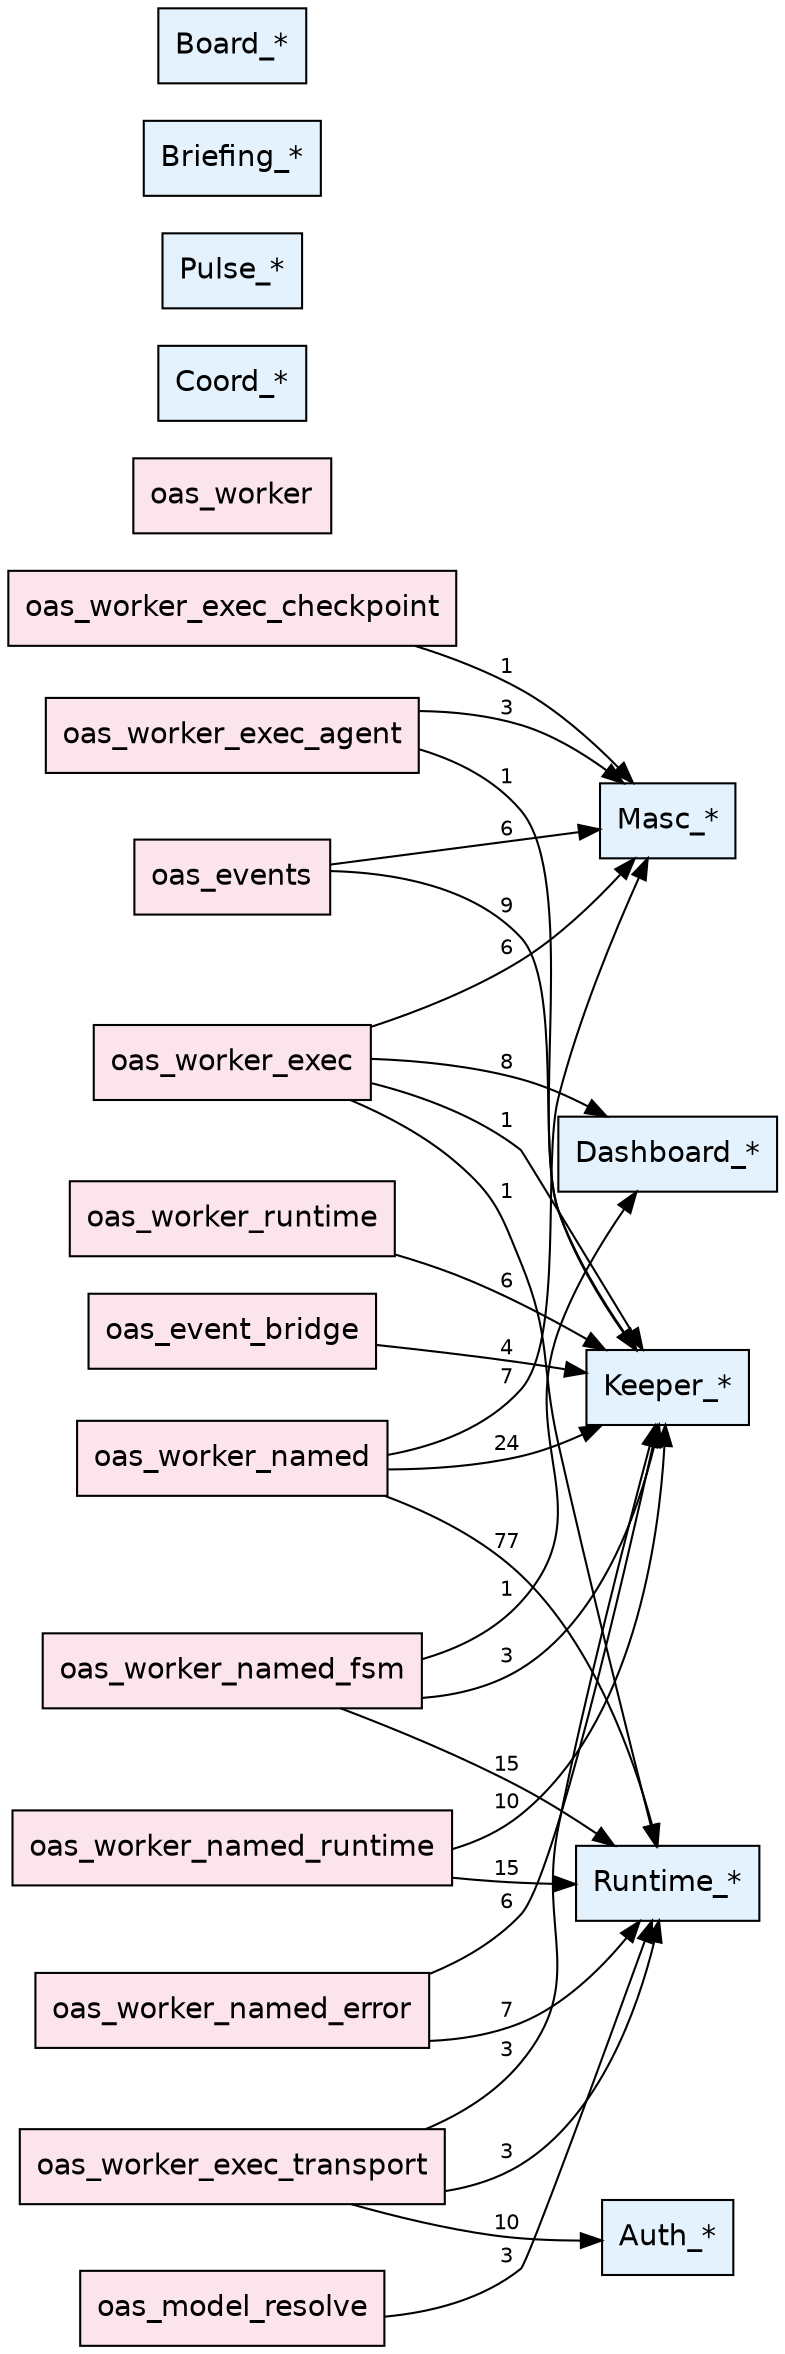
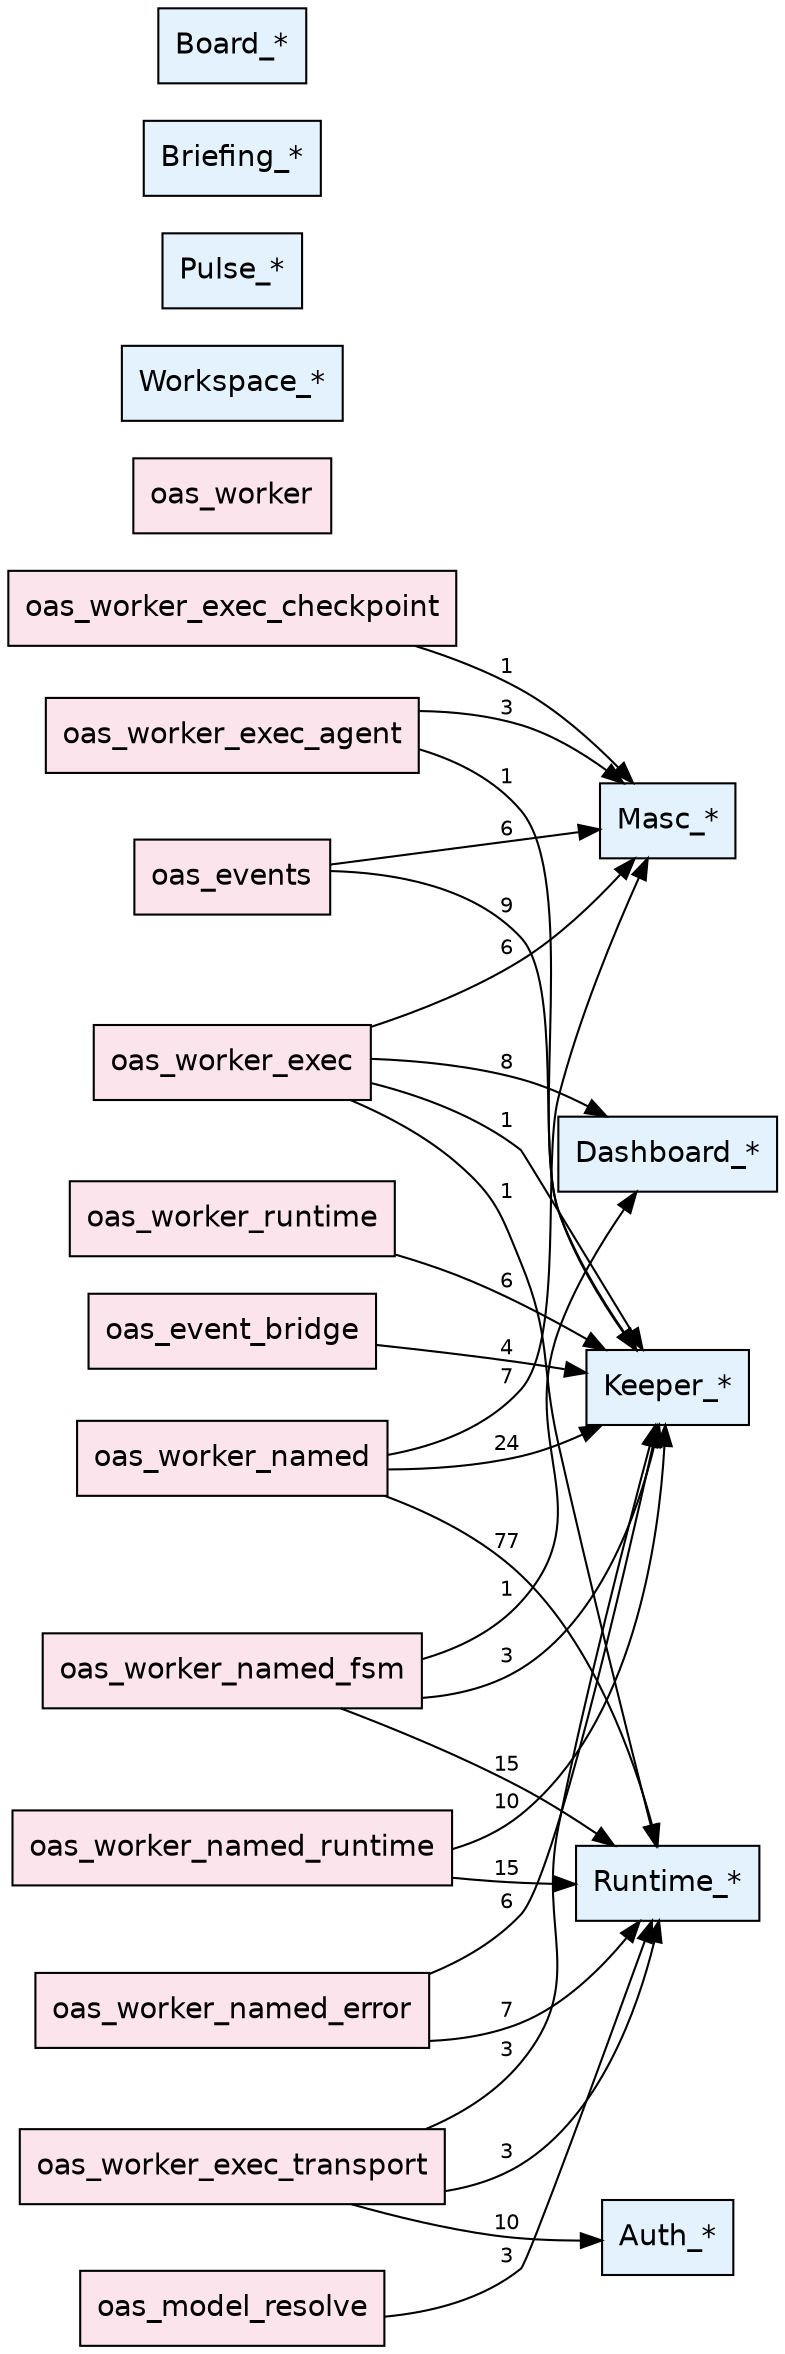
// RFC-0047 module graph (frozen at Phase 1)
// Edges: oas_*.ml → external domain category, label = ref count.
digraph rfc_0047 {
  rankdir=LR;
  node [shape=box, fontname="Helvetica"];
  edge [fontname="Helvetica", fontsize=10];

  // OAS adapter family
  "oas_event_bridge" [style=filled, fillcolor="#fce4ec"];
  "oas_events" [style=filled, fillcolor="#fce4ec"];
  "oas_model_resolve" [style=filled, fillcolor="#fce4ec"];
  "oas_worker_runtime" [style=filled, fillcolor="#fce4ec"];
  "oas_worker_exec_agent" [style=filled, fillcolor="#fce4ec"];
  "oas_worker_exec_checkpoint" [style=filled, fillcolor="#fce4ec"];
  "oas_worker_exec_transport" [style=filled, fillcolor="#fce4ec"];
  "oas_worker_exec" [style=filled, fillcolor="#fce4ec"];
  "oas_worker_named_runtime" [style=filled, fillcolor="#fce4ec"];
  "oas_worker_named_error" [style=filled, fillcolor="#fce4ec"];
  "oas_worker_named_fsm" [style=filled, fillcolor="#fce4ec"];
  "oas_worker_named" [style=filled, fillcolor="#fce4ec"];
  "oas_worker" [style=filled, fillcolor="#fce4ec"];

  // Target domain categories
  "Runtime_*" [style=filled, fillcolor="#e3f2fd"];
  "Keeper_*" [style=filled, fillcolor="#e3f2fd"];
  "Masc_*" [style=filled, fillcolor="#e3f2fd"];
  "Dashboard_*" [style=filled, fillcolor="#e3f2fd"];
  "Auth_*" [style=filled, fillcolor="#e3f2fd"];
-   "Coord_*" [style=filled, fillcolor="#e3f2fd"];
+   "Workspace_*" [style=filled, fillcolor="#e3f2fd"];
  "Pulse_*" [style=filled, fillcolor="#e3f2fd"];
  "Briefing_*" [style=filled, fillcolor="#e3f2fd"];
  "Board_*" [style=filled, fillcolor="#e3f2fd"];

  // Cross-domain references
  "oas_event_bridge" -> "Keeper_*" [label="4"];
  "oas_events" -> "Keeper_*" [label="9"];
  "oas_events" -> "Masc_*" [label="6"];
  "oas_model_resolve" -> "Runtime_*" [label="3"];
  "oas_worker_runtime" -> "Keeper_*" [label="6"];
  "oas_worker_exec_agent" -> "Keeper_*" [label="1"];
  "oas_worker_exec_agent" -> "Masc_*" [label="3"];
  "oas_worker_exec_checkpoint" -> "Masc_*" [label="1"];
  "oas_worker_exec_transport" -> "Runtime_*" [label="3"];
  "oas_worker_exec_transport" -> "Keeper_*" [label="3"];
  "oas_worker_exec_transport" -> "Auth_*" [label="10"];
  "oas_worker_exec" -> "Runtime_*" [label="1"];
  "oas_worker_exec" -> "Keeper_*" [label="1"];
  "oas_worker_exec" -> "Masc_*" [label="6"];
  "oas_worker_exec" -> "Dashboard_*" [label="8"];
  "oas_worker_named_runtime" -> "Runtime_*" [label="15"];
  "oas_worker_named_runtime" -> "Keeper_*" [label="10"];
  "oas_worker_named_error" -> "Runtime_*" [label="7"];
  "oas_worker_named_error" -> "Keeper_*" [label="6"];
  "oas_worker_named_fsm" -> "Runtime_*" [label="15"];
  "oas_worker_named_fsm" -> "Keeper_*" [label="3"];
  "oas_worker_named_fsm" -> "Dashboard_*" [label="1"];
  "oas_worker_named" -> "Runtime_*" [label="77"];
  "oas_worker_named" -> "Keeper_*" [label="24"];
  "oas_worker_named" -> "Masc_*" [label="7"];
}
